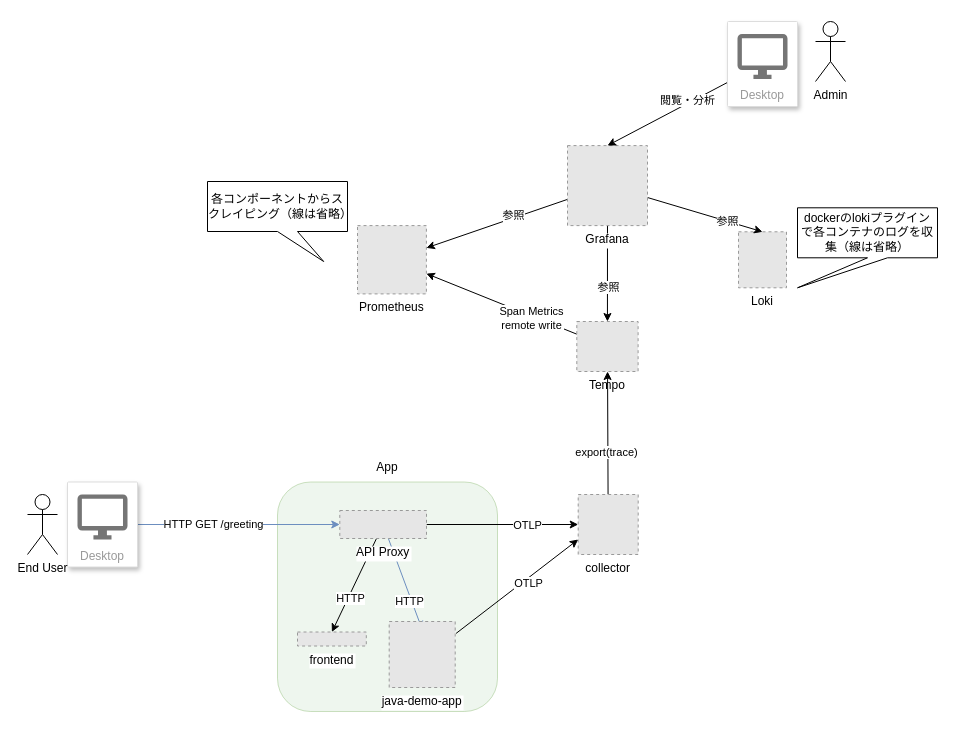
tamura-daiki-dc3/opentelemetry-demo keeps this draw.io diagram as diagram.drawio. Above is the earlier version. Source tidied: cells renumbered, new cells numbered last; positions are measured from the earlier drawing's top-left corner, leaving out a move shared by most shapes. Both pictures are drawn from the tidied source at 100%, with x=0, y=0 at pixel (27, 21). Pictures stored in the file or linked from it are replaced by grey dashed boxes.
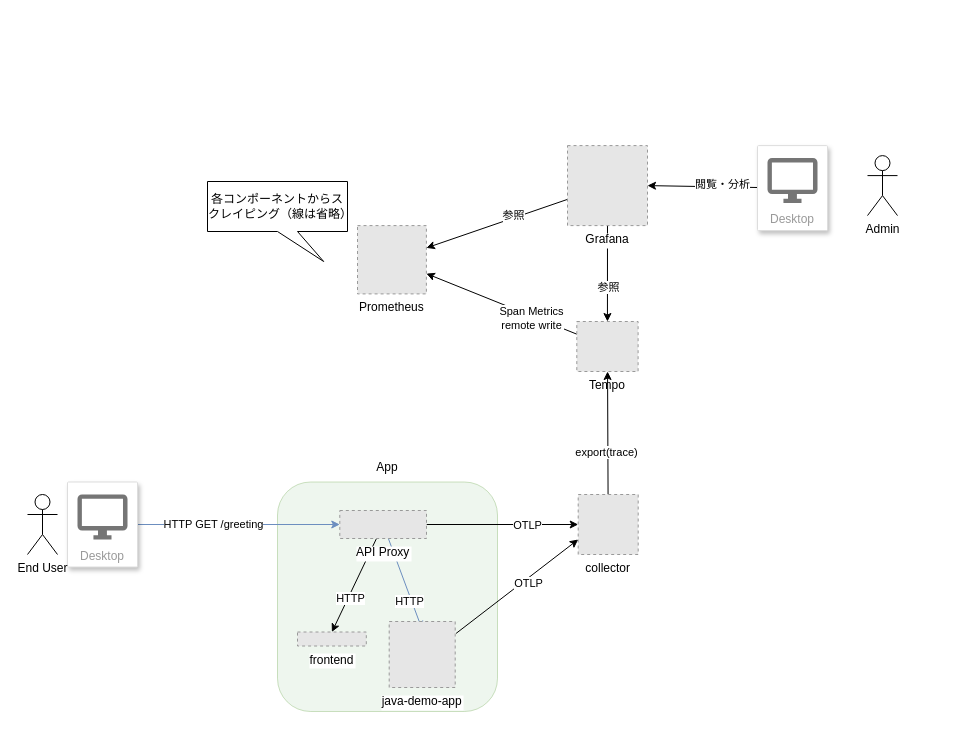
Above is the later version.

The change refers to these unchanged cells:
```xml
<mxCell id="16" value="Grafana" style="fillColor=#E6E6E6;strokeColor=#999999;dashed=1;verticalLabelPosition=bottom;labelBackgroundColor=default;verticalAlign=top;" parent="1" vertex="1">
  <mxGeometry x="540" y="124.1" width="80" height="80" as="geometry" />
</mxCell>
```

What changed in the source:
```diff
@@
-    <mxCell id="6" value="Loki" style="fillColor=#E6E6E6;strokeColor=#999999;dashed=1;verticalLabelPosition=bottom;labelBackgroundColor=default;verticalAlign=top;" parent="1" vertex="1">
-      <mxGeometry x="711" y="210.3" width="48" height="56" as="geometry" />
-    </mxCell>
@@
-    <mxCell id="14" style="edgeStyle=none;html=1;entryX=0.5;entryY=0;entryDx=0;entryDy=0;" parent="1" edge="1" source="16" target="6">
-      <mxGeometry relative="1" as="geometry" />
-    </mxCell>
-    <mxCell id="15" value="参照" style="edgeLabel;html=1;align=center;verticalAlign=middle;" parent="14" vertex="1">
-      <mxGeometry x="0.39" relative="1" as="geometry" />
-    </mxCell>
@@
     <mxCell id="20" value="Admin" style="shape=umlActor;verticalLabelPosition=bottom;verticalAlign=top;html=1;" parent="1" vertex="1">
-      <mxGeometry x="788" width="30" height="60" as="geometry" />
+      <mxGeometry x="840" y="134.1" width="30" height="60" as="geometry" />
     </mxCell>
-    <mxCell id="21" style="edgeStyle=none;html=1;entryX=0.5;entryY=0;entryDx=0;entryDy=0;" parent="1" edge="1" source="23" target="16">
+    <mxCell id="21" style="edgeStyle=none;html=1;entryX=1;entryY=0.5;entryDx=0;entryDy=0;" parent="1" edge="1" source="23" target="16">
       <mxGeometry relative="1" as="geometry" />
     </mxCell>
@@
     <mxCell id="23" value="Desktop" style="strokeColor=#dddddd;shadow=1;strokeWidth=1;rounded=1;absoluteArcSize=1;arcSize=2;labelPosition=center;verticalLabelPosition=middle;align=center;verticalAlign=bottom;spacingLeft=0;fontColor=#999999;fontSize=12;whiteSpace=wrap;spacingBottom=2;" parent="1" vertex="1">
-      <mxGeometry x="700" width="70" height="85" as="geometry" />
+      <mxGeometry x="730" y="124.1" width="70" height="85" as="geometry" />
     </mxCell>
@@
-    <mxCell id="39" value="dockerのlokiプラグインで各コンテナのログを収集（線は省略）" style="shape=callout;whiteSpace=wrap;html=1;perimeter=calloutPerimeter;position2=0;" parent="1" vertex="1">
-      <mxGeometry x="770" y="186.3" width="140" height="80" as="geometry" />
-    </mxCell>
```
